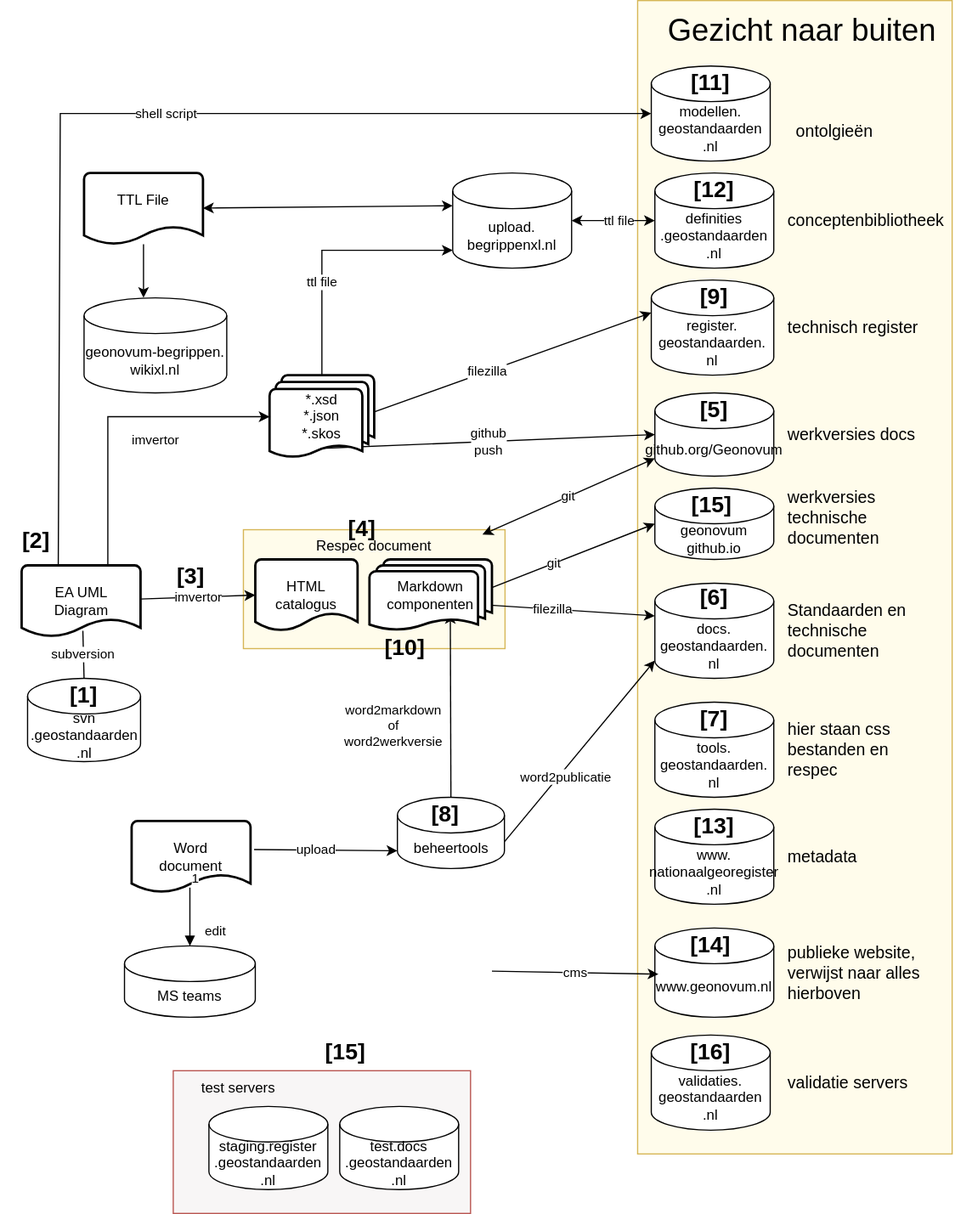
Above: docs/media/PublicatieInfrastructuurGeonovum.drawio.svg in Geonovum/handleiding-tooling (draw.io), before the change. Source tidied: cells renumbered, new cells last; positions are measured from the earlier drawing's top-left corner, leaving out a move shared by most shapes.
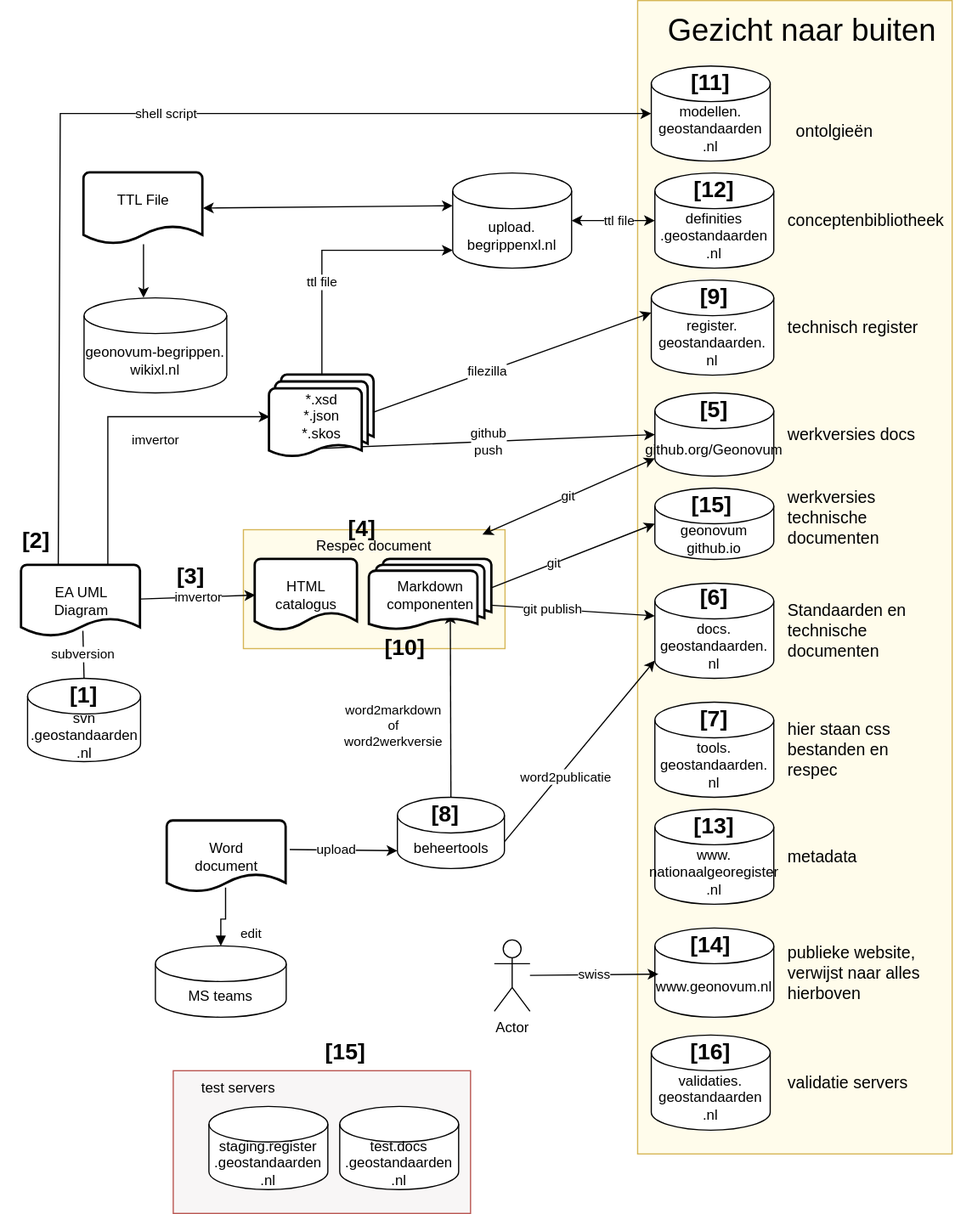
After the change.

Commit message:
tooling bijgewerkt

What changed in the source:
```diff
@@ -20,7 +20,7 @@
     <mxCell id="7" value="&lt;div&gt;imvertor&lt;/div&gt;" style="endArrow=none;startArrow=classic;html=1;rounded=0;startWidth=18;exitX=0;exitY=0.5;exitDx=0;exitDy=0;exitPerimeter=0;endFill=0;" parent="1" edge="1" source="52" target="48">
       <mxGeometry relative="1" as="geometry" />
     </mxCell>
-    <mxCell id="8" value="filezilla" style="endArrow=none;startArrow=classic;html=1;rounded=0;entryX=0.88;entryY=0.629;entryDx=0;entryDy=0;startWidth=18;exitX=0;exitY=0;exitDx=0;exitDy=27.5;exitPerimeter=0;entryPerimeter=0;endFill=0;" parent="1" edge="1" source="62" target="49">
+    <mxCell id="8" value="git publish" style="endArrow=none;startArrow=classic;html=1;rounded=0;entryX=0.88;entryY=0.629;entryDx=0;entryDy=0;startWidth=18;exitX=0;exitY=0;exitDx=0;exitDy=27.5;exitPerimeter=0;entryPerimeter=0;endFill=0;" parent="1" edge="1" source="62" target="49">
       <mxGeometry x="0.14" relative="1" as="geometry" />
     </mxCell>
     <mxCell id="9" value="&lt;div&gt;imvertor&lt;/div&gt;" style="endArrow=none;startArrow=classic;html=1;rounded=0;entryX=0.725;entryY=0;entryDx=0;entryDy=0;startWidth=18;exitX=0;exitY=0.5;exitDx=0;exitDy=0;exitPerimeter=0;endFill=0;entryPerimeter=0;" parent="1" edge="1" source="56" target="48">
@@ -52,7 +52,7 @@
       </mxGeometry>
     </mxCell>
     <mxCell id="15" value="MS teams" style="shape=cylinder3;whiteSpace=wrap;html=1;boundedLbl=1;backgroundOutline=1;size=15;" parent="1" vertex="1">
-      <mxGeometry x="104" y="795" width="110" height="60" as="geometry" />
+      <mxGeometry x="130" y="795" width="110" height="60" as="geometry" />
     </mxCell>
     <mxCell id="16" value="upload" style="endArrow=none;startArrow=classic;html=1;rounded=0;entryX=1.03;entryY=0.4;entryDx=0;entryDy=0;startWidth=18;entryPerimeter=0;endFill=0;exitX=0;exitY=1;exitDx=0;exitDy=-15;exitPerimeter=0;" parent="1" edge="1" source="11" target="50">
       <mxGeometry x="0.14" relative="1" as="geometry" />
@@ -103,10 +103,9 @@
     <mxCell id="30" value="publieke website, verwijst naar alles hierboven" style="text;strokeColor=none;align=left;fillColor=none;html=1;verticalAlign=middle;whiteSpace=wrap;rounded=0;fontSize=14;" parent="1" vertex="1">
       <mxGeometry x="660" y="792.5" width="150" height="50" as="geometry" />
     </mxCell>
-    <mxCell id="31" value="cms" style="endArrow=none;startArrow=classic;html=1;rounded=0;startWidth=18;exitX=0;exitY=0;exitDx=0;exitDy=52.5;exitPerimeter=0;endFill=0;" parent="1" edge="1">
+    <mxCell id="31" value="swiss" style="endArrow=none;startArrow=classic;html=1;rounded=0;startWidth=18;exitX=0;exitY=0;exitDx=0;exitDy=52.5;exitPerimeter=0;endFill=0;" parent="1" edge="1" target="79">
       <mxGeometry relative="1" as="geometry">
         <mxPoint x="553" y="818.8" as="sourcePoint" />
-        <mxPoint x="413" y="816.2" as="targetPoint" />
       </mxGeometry>
     </mxCell>
     <mxCell id="32" value="&lt;font style=&quot;font-size: 26px;&quot;&gt;Gezicht naar buiten&lt;/font&gt;" style="text;strokeColor=none;align=center;fillColor=none;html=1;verticalAlign=middle;whiteSpace=wrap;rounded=0;" parent="1" vertex="1">
@@ -164,7 +163,7 @@
       <mxGeometry x="310" y="470" width="103" height="60" as="geometry" />
     </mxCell>
     <mxCell id="50" value="&lt;div&gt;Word&lt;/div&gt;&lt;div&gt;document&lt;/div&gt;" style="strokeWidth=2;html=1;shape=mxgraph.flowchart.document2;whiteSpace=wrap;size=0.25;" parent="1" vertex="1">
-      <mxGeometry x="110" y="690" width="100" height="60" as="geometry" />
+      <mxGeometry x="140" y="690" width="100" height="60" as="geometry" />
     </mxCell>
     <mxCell id="51" value="&lt;font style=&quot;font-size: 19px;&quot;&gt;&lt;b&gt;[9]&lt;/b&gt;&lt;/font&gt;" style="text;strokeColor=none;align=center;fillColor=none;html=1;verticalAlign=middle;whiteSpace=wrap;rounded=0;" parent="1" vertex="1">
       <mxGeometry x="570" y="235" width="60" height="30" as="geometry" />
@@ -217,9 +216,6 @@
     <mxCell id="67" value="edit" style="endArrow=block;endFill=1;html=1;edgeStyle=orthogonalEdgeStyle;align=left;verticalAlign=top;rounded=0;exitX=0.49;exitY=0.933;exitDx=0;exitDy=0;exitPerimeter=0;entryX=0.5;entryY=0;entryDx=0;entryDy=0;entryPerimeter=0;" parent="1" edge="1" source="50" target="15">
       <mxGeometry x="-0.02" y="11" relative="1" as="geometry" />
     </mxCell>
-    <mxCell id="68" value="1" style="edgeLabel;html=1;align=left;verticalAlign=bottom;" parent="67" vertex="1">
-      <mxGeometry x="-1" relative="1" as="geometry" />
-    </mxCell>
     <mxCell id="69" value="&lt;font style=&quot;font-size: 19px;&quot;&gt;&lt;b&gt;[14]&lt;/b&gt;&lt;/font&gt;" style="text;strokeColor=none;align=center;fillColor=none;html=1;verticalAlign=middle;whiteSpace=wrap;rounded=0;" parent="1" vertex="1">
       <mxGeometry x="567" y="780" width="60" height="30" as="geometry" />
     </mxCell>
@@ -254,5 +250,8 @@
     <mxCell id="78" value="&lt;div&gt;TTL File&lt;/div&gt;&lt;div&gt;&lt;br&gt;&lt;/div&gt;" style="strokeWidth=2;html=1;shape=mxgraph.flowchart.document2;whiteSpace=wrap;size=0.25;" parent="1" vertex="1">
       <mxGeometry x="70" y="145" width="100" height="60" as="geometry" />
     </mxCell>
+    <mxCell id="79" value="Actor" style="shape=umlActor;verticalLabelPosition=bottom;verticalAlign=top;html=1;outlineConnect=0;" parent="1" vertex="1">
+      <mxGeometry x="415" y="790" width="30" height="60" as="geometry" />
+    </mxCell>
   </root>
 </mxGraphModel>
```
